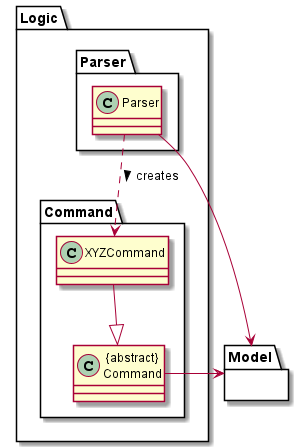
Above: docs/diagrams/LogicClassDiagram.png in sevenseasofbri/tp (PlantUML), before the change.
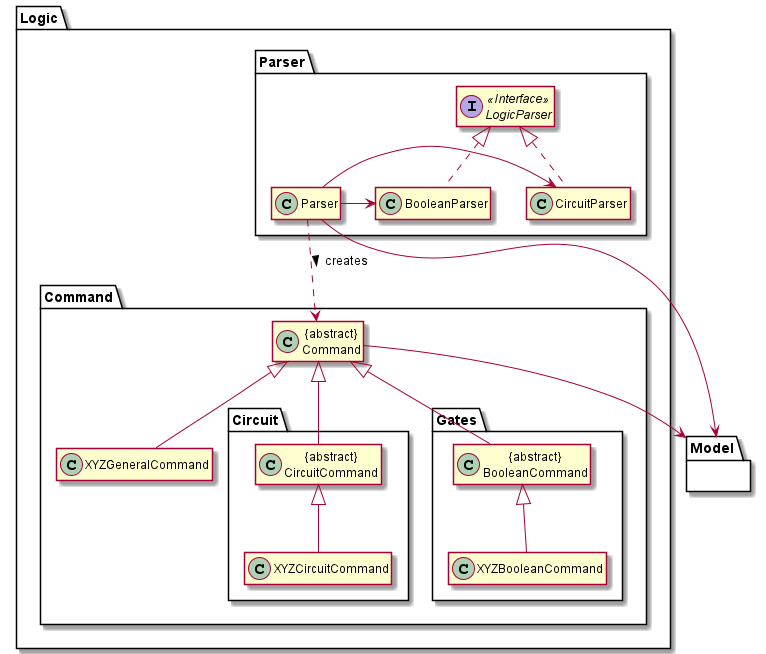
The same file after the commit.

The edit, as a diff of the source:
```diff
@@ -1,14 +1,27 @@
 @startuml
+
+hide member
 
 package Logic {
 
 package Parser {
     Class Parser
+    Class BooleanParser
+    Class CircuitParser
+    Interface LogicParser <<Interface>>
 }
 
 package Command {
-    Class XYZCommand
+    package Circuit {
+        Class "{abstract}\nCircuitCommand" as Circuit
+        Class XYZCircuitCommand
+    }
+    package Gates {
+        Class "{abstract}\nBooleanCommand" as Boolean
+        Class XYZBooleanCommand
+    }
     Class "{abstract}\nCommand" as Command
+    Class XYZGeneralCommand
 }
 
 }
@@ -17,9 +30,18 @@
 }
 
 Parser --> Model
-Command -r-> Model
+Command --> Model
 
-XYZCommand --|> Command
-Parser ..> XYZCommand : creates >
+Circuit -u-|> Command
+Boolean -u-|> Command
+XYZGeneralCommand -u-|> Command
+XYZCircuitCommand -u-|> Circuit
+XYZBooleanCommand -u-|> Boolean
+
+Parser ..> Command : creates >
+BooleanParser .u.|> LogicParser
+CircuitParser .u.|> LogicParser
+Parser -> BooleanParser
+Parser -> CircuitParser
 
 @enduml
```
